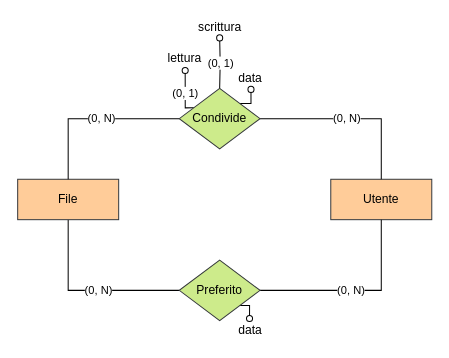
Above: page "Condivisione" (4 of 10) of db.drawio in alemazzo/CloudStoreDB (draw.io), before the change. Source tidied: cells renumbered, new cells numbered last; positions are measured from the earlier drawing's top-left corner, leaving out a move shared by most shapes. Both pictures are drawn from the tidied source at 101%, with x=0, y=0 at pixel (17, 17).
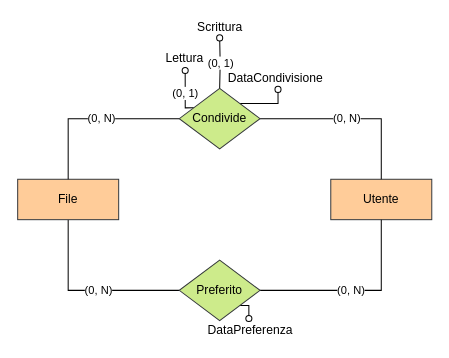
Above is the later version.

Diff of the diagram source:
```diff
@@
 <mxGraphModel>
   <root>
     <mxCell id="0" />
     <mxCell id="1" parent="0" />
     <mxCell id="2" value="(0, N)" style="edgeStyle=orthogonalEdgeStyle;rounded=0;jettySize=auto;html=1;exitX=0.5;exitY=1;exitDx=0;exitDy=0;entryX=0;entryY=0.5;entryDx=0;entryDy=0;endArrow=none;endFill=0;" parent="1" edge="1" source="3" target="16">
       <mxGeometry x="0.11" relative="1" as="geometry" />
     </mxCell>
     <mxCell id="3" value="File" style="whiteSpace=wrap;html=1;align=center;fillColor=#ffcc99;strokeColor=#36393d;" parent="1" vertex="1">
       <mxGeometry y="160" width="100" height="40" as="geometry" />
     </mxCell>
     <mxCell id="4" value="Utente" style="whiteSpace=wrap;html=1;align=center;fillColor=#ffcc99;strokeColor=#36393d;" parent="1" vertex="1">
       <mxGeometry x="310" y="160" width="100" height="40" as="geometry" />
     </mxCell>
     <mxCell id="5" value="(0, 1)" style="edgeStyle=orthogonalEdgeStyle;rounded=0;jettySize=auto;html=1;exitX=0.18;exitY=0.321;exitDx=0;exitDy=0;entryX=0.517;entryY=1.114;entryDx=0;entryDy=0;entryPerimeter=0;startArrow=none;startFill=0;endArrow=oval;endFill=0;exitPerimeter=0;" parent="1" edge="1" source="12" target="7">
       <mxGeometry relative="1" as="geometry" />
     </mxCell>
     <mxCell id="6" value="(0, 1)" style="edgeStyle=orthogonalEdgeStyle;rounded=0;jettySize=auto;html=1;exitX=0.5;exitY=0;exitDx=0;exitDy=0;startArrow=none;startFill=0;endArrow=oval;endFill=0;" parent="1" edge="1" target="8">
       <mxGeometry relative="1" as="geometry">
         <mxPoint x="200" y="70" as="sourcePoint" />
       </mxGeometry>
     </mxCell>
-    <mxCell id="7" value="lettura" style="text;html=1;align=center;verticalAlign=middle;points=[];strokeColor=none;" parent="1" vertex="1">
+    <mxCell id="7" value="Lettura" style="text;html=1;align=center;verticalAlign=middle;points=[];strokeColor=none;" parent="1" vertex="1">
       <mxGeometry x="140" y="30" width="50" height="20" as="geometry" />
     </mxCell>
-    <mxCell id="8" value="scrittura" style="text;html=1;align=center;verticalAlign=middle;points=[];strokeColor=none;" parent="1" vertex="1">
+    <mxCell id="8" value="Scrittura" style="text;html=1;align=center;verticalAlign=middle;points=[];strokeColor=none;" parent="1" vertex="1">
       <mxGeometry x="170" width="60" height="20" as="geometry" />
     </mxCell>
     <mxCell id="9" style="edgeStyle=orthogonalEdgeStyle;rounded=0;jettySize=auto;html=1;exitX=1;exitY=0;exitDx=0;exitDy=0;entryX=0.525;entryY=1.05;entryDx=0;entryDy=0;entryPerimeter=0;endArrow=oval;endFill=0;" parent="1" edge="1" source="12" target="13">
-      <mxGeometry relative="1" as="geometry" />
+      <mxGeometry relative="1" as="geometry">
+        <Array as="points">
+          <mxPoint x="258" y="85" />
+        </Array>
+      </mxGeometry>
     </mxCell>
     <mxCell id="10" value="(0, N)" style="edgeStyle=orthogonalEdgeStyle;rounded=0;jettySize=auto;html=1;exitX=1;exitY=0.5;exitDx=0;exitDy=0;entryX=0.5;entryY=0;entryDx=0;entryDy=0;endArrow=none;endFill=0;" parent="1" edge="1" source="12" target="4">
       <mxGeometry x="-0.05" relative="1" as="geometry" />
     </mxCell>
     <mxCell id="11" value="(0, N)" style="edgeStyle=orthogonalEdgeStyle;rounded=0;jettySize=auto;html=1;exitX=0;exitY=0.5;exitDx=0;exitDy=0;entryX=0.5;entryY=0;entryDx=0;entryDy=0;endArrow=none;endFill=0;" parent="1" edge="1" source="12" target="3">
       <mxGeometry x="-0.1" relative="1" as="geometry" />
     </mxCell>
     <mxCell id="12" value="Condivide" style="shape=rhombus;perimeter=rhombusPerimeter;whiteSpace=wrap;html=1;align=center;fillColor=#cdeb8b;strokeColor=#36393d;" parent="1" vertex="1">
       <mxGeometry x="160" y="70" width="80" height="60" as="geometry" />
     </mxCell>
-    <mxCell id="13" value="data" style="text;html=1;align=center;verticalAlign=middle;points=[];strokeColor=none;" parent="1" vertex="1">
-      <mxGeometry x="210" y="50" width="40" height="20" as="geometry" />
+    <mxCell id="13" value="DataCondivisione" style="text;html=1;align=center;verticalAlign=middle;points=[];strokeColor=none;" parent="1" vertex="1">
+      <mxGeometry x="200" y="50" width="110" height="20" as="geometry" />
     </mxCell>
     <mxCell id="14" value="(0, N)" style="edgeStyle=orthogonalEdgeStyle;rounded=0;jettySize=auto;html=1;exitX=1;exitY=0.5;exitDx=0;exitDy=0;entryX=0.5;entryY=1;entryDx=0;entryDy=0;endArrow=none;endFill=0;" parent="1" edge="1" source="16" target="4">
       <mxGeometry x="-0.05" relative="1" as="geometry" />
     </mxCell>
     <mxCell id="15" style="edgeStyle=orthogonalEdgeStyle;rounded=0;jettySize=auto;html=1;exitX=1;exitY=1;exitDx=0;exitDy=0;entryX=0.489;entryY=-0.107;entryDx=0;entryDy=0;entryPerimeter=0;endArrow=oval;endFill=0;" parent="1" edge="1" source="16" target="17">
       <mxGeometry relative="1" as="geometry" />
     </mxCell>
     <mxCell id="16" value="Preferito" style="shape=rhombus;perimeter=rhombusPerimeter;whiteSpace=wrap;html=1;align=center;fillColor=#cdeb8b;strokeColor=#36393d;" parent="1" vertex="1">
       <mxGeometry x="160" y="240" width="80" height="60" as="geometry" />
     </mxCell>
-    <mxCell id="17" value="data" style="text;html=1;align=center;verticalAlign=middle;points=[];strokeColor=none;" parent="1" vertex="1">
-      <mxGeometry x="210" y="300" width="40" height="20" as="geometry" />
+    <mxCell id="17" value="DataPreferenza" style="text;html=1;align=center;verticalAlign=middle;points=[];strokeColor=none;" parent="1" vertex="1">
+      <mxGeometry x="180" y="300" width="100" height="20" as="geometry" />
     </mxCell>
   </root>
 </mxGraphModel>
```
